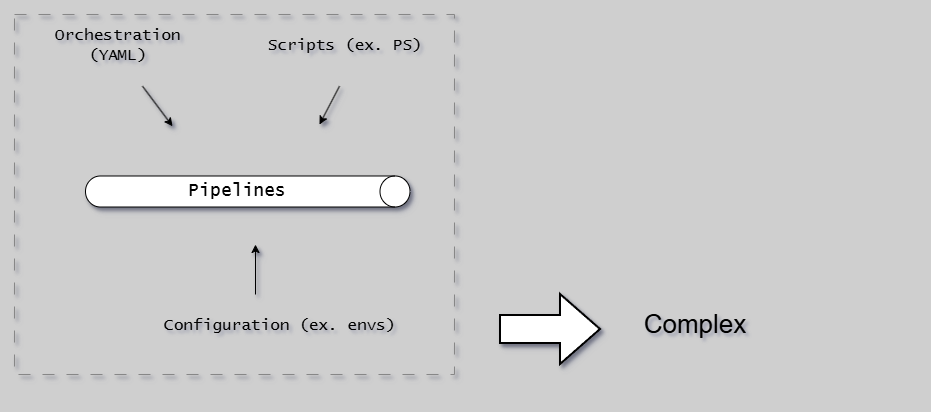
This is docs/assets/branching/pipelines-separating-problem.drawio.png from ready-to-release/eac, a draw.io export, as it was before one commit. Source tidied: cells renumbered, new cells last; positions are measured from the earlier drawing's top-left corner, leaving out a move shared by most shapes.
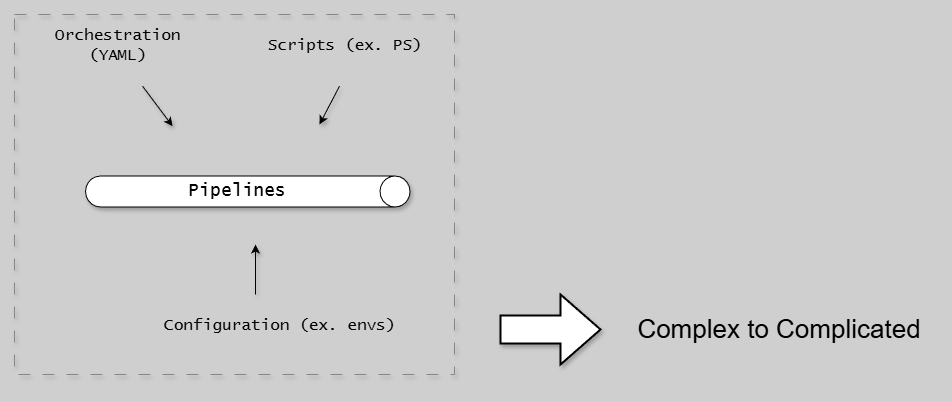
After the commit.

Change to the diagram source:
```diff
@@ -47,9 +47,9 @@
         <mxPoint x="251" y="240" as="targetPoint" />
       </mxGeometry>
     </mxCell>
-    <object id="12" label="&lt;font style=&quot;font-size: 26px;&quot;&gt;Complex&lt;/font&gt;" name="Variable" placeholders="1">
+    <object id="12" label="&lt;font style=&quot;font-size: 26px;&quot;&gt;Complex to Complicated&lt;/font&gt;" name="Variable" placeholders="1">
       <mxCell style="text;html=1;strokeColor=none;fillColor=none;align=center;verticalAlign=middle;whiteSpace=wrap;overflow=hidden;fontSize=22;fontFamily=Helvetica;shadow=1;" parent="1" vertex="1">
-        <mxGeometry x="526" y="298.6" width="330" height="42.8" as="geometry" />
+        <mxGeometry x="610" y="303.6" width="330" height="42.8" as="geometry" />
       </mxCell>
     </object>
     <mxCell id="13" style="group;strokeColor=#878787;dashed=1;dashPattern=12 12;shadow=1;" parent="1" vertex="1">
```
